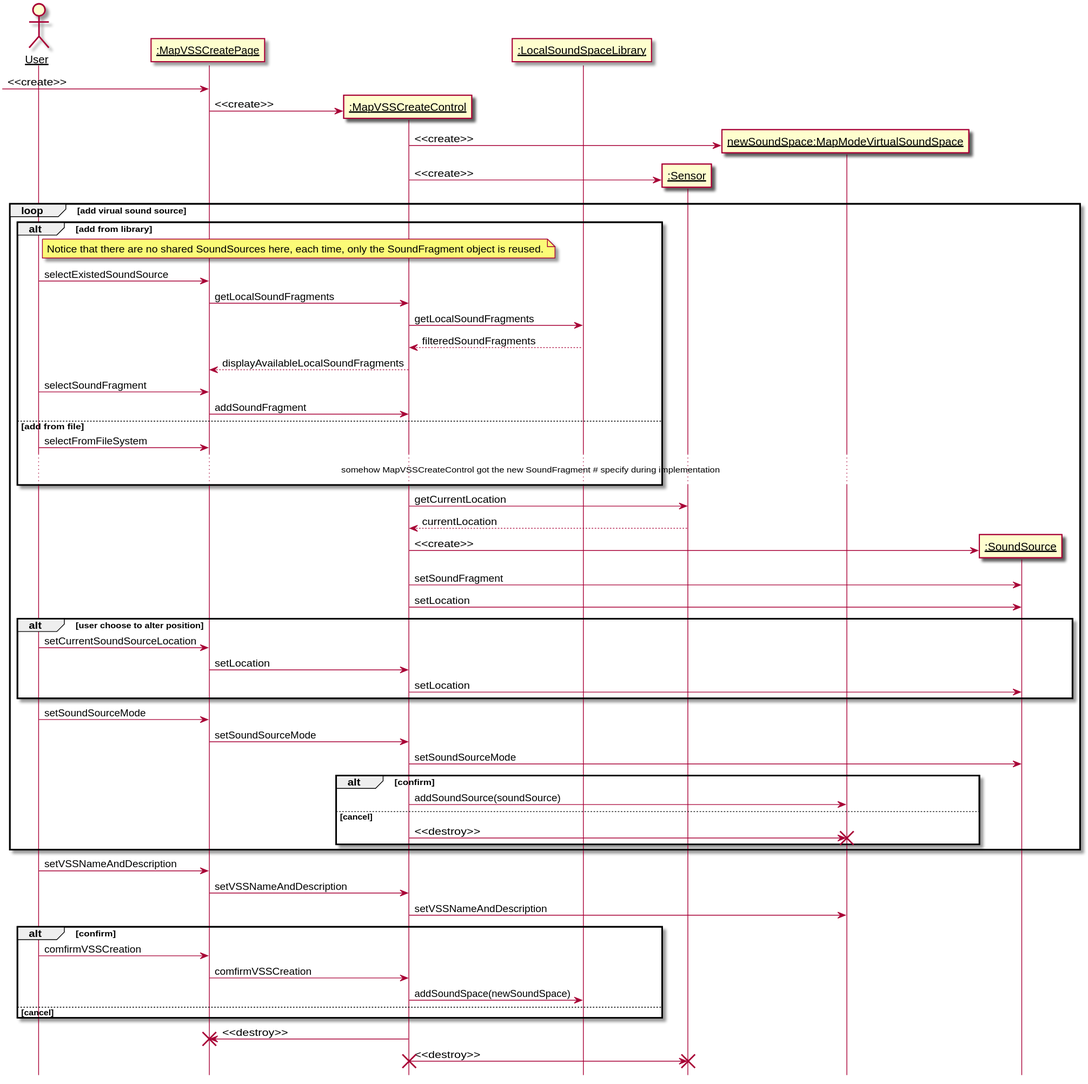
Above: 需求定义和分析/CreateMapModeVSS.svg in kpp19920121/doc (PlantUML), before the change.
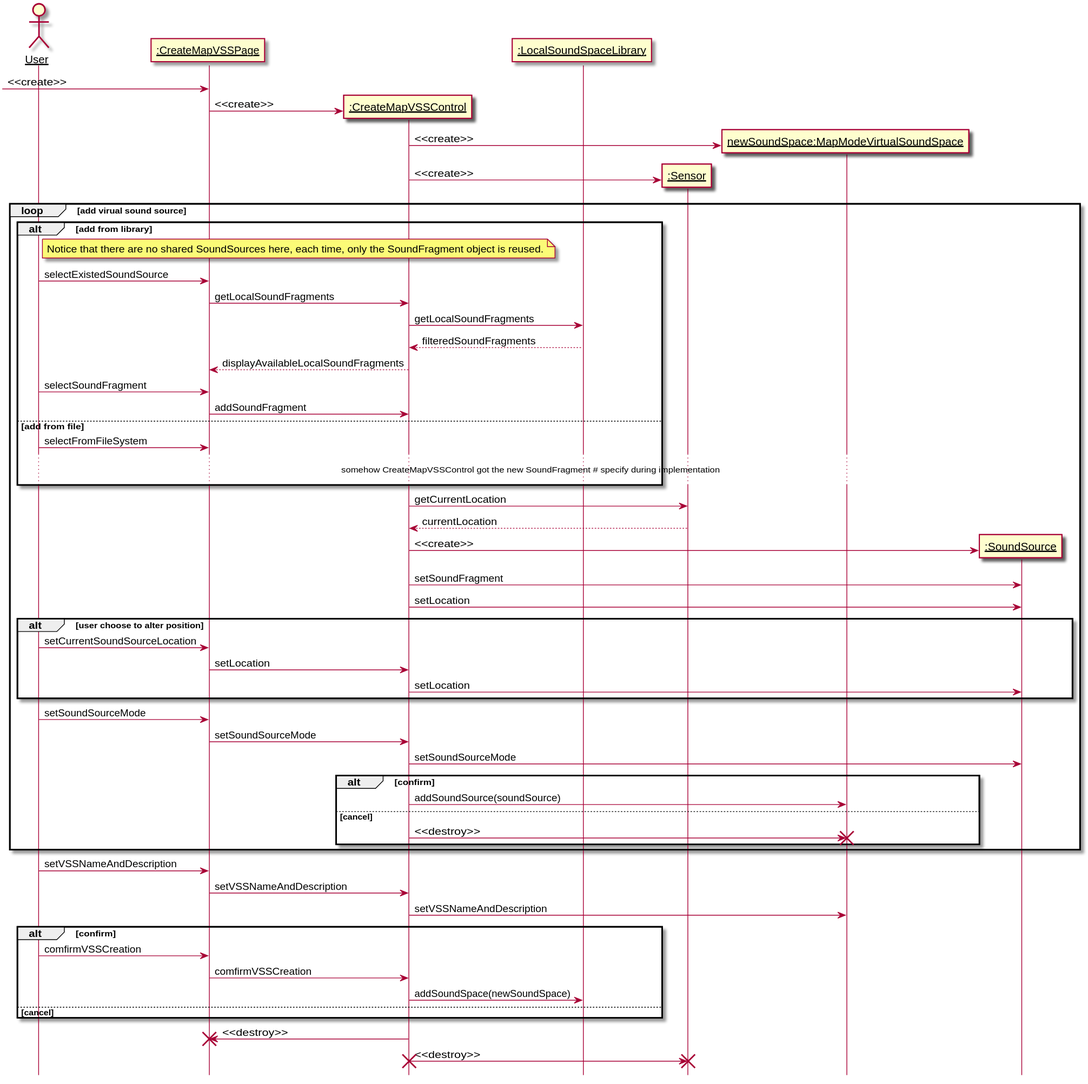
After the change.

Change to the diagram source:
```diff
@@ -4,8 +4,8 @@
 
 
 actor User as user
-participant ":MapVSSCreatePage" as createboundary
-participant ":MapVSSCreateControl" as createcontrol
+participant ":CreateMapVSSPage" as createboundary
+participant ":CreateMapVSSControl" as createcontrol
 participant ":LocalSoundSpaceLibrary" as library
 participant ":Sensor" as sensor
 participant "newSoundSpace:MapModeVirtualSoundSpace" as newspace
@@ -30,7 +30,7 @@
         createboundary -> createcontrol: addSoundFragment
     else add from file
         user -> createboundary: selectFromFileSystem
-        ...somehow MapVSSCreateControl got the new SoundFragment # specify during implementation...
+        ...somehow CreateMapVSSControl got the new SoundFragment # specify during implementation...
 
     end
 
```
